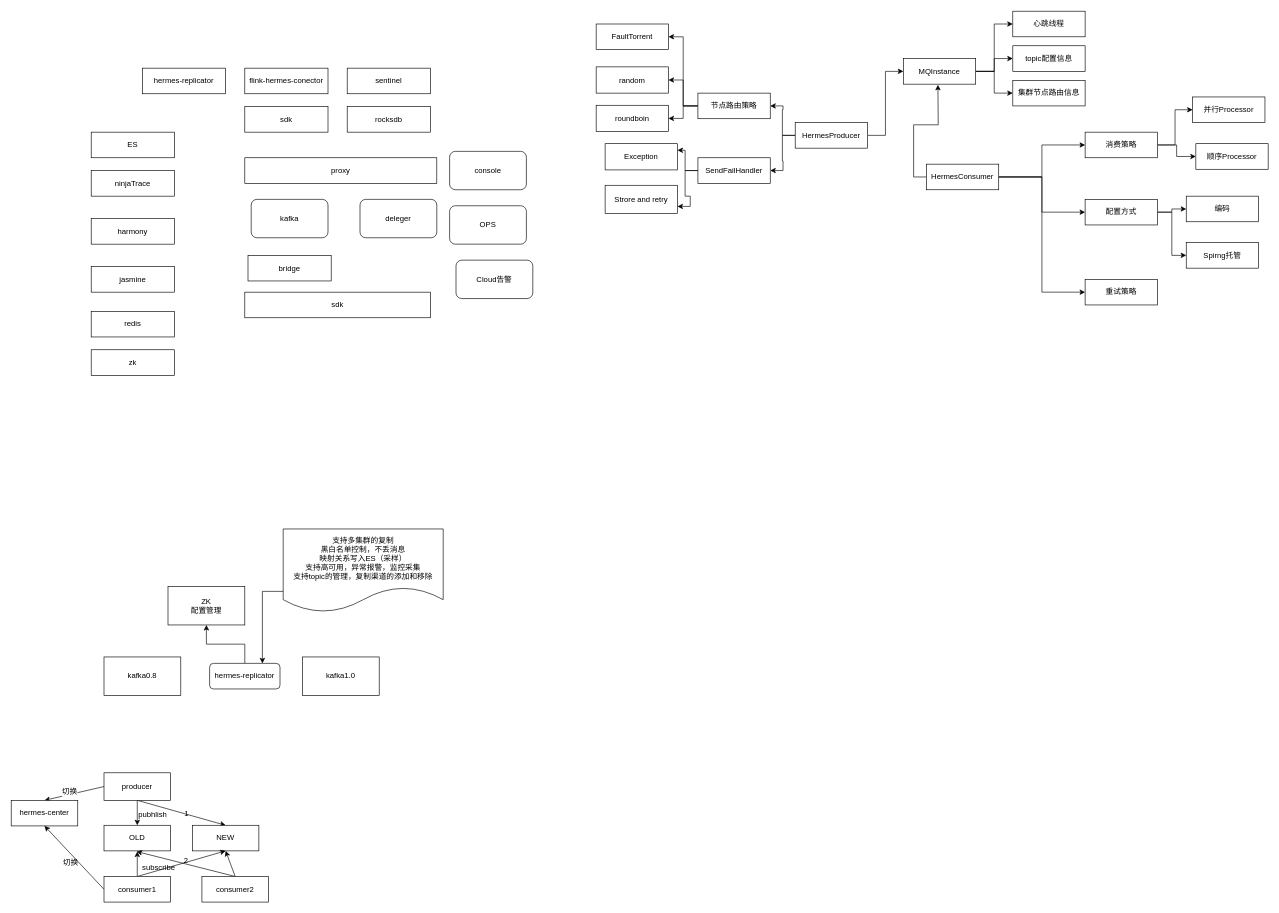
The draw.io diagram hermes.drawio in MihirrajDixit/drawio, before the edit. Source tidied: cells renumbered, new cells numbered last; positions are measured from the earlier drawing's top-left corner, leaving out a move shared by most shapes. Both pictures are drawn from the tidied source at 64%, with x=0, y=0 at pixel (11, 11).
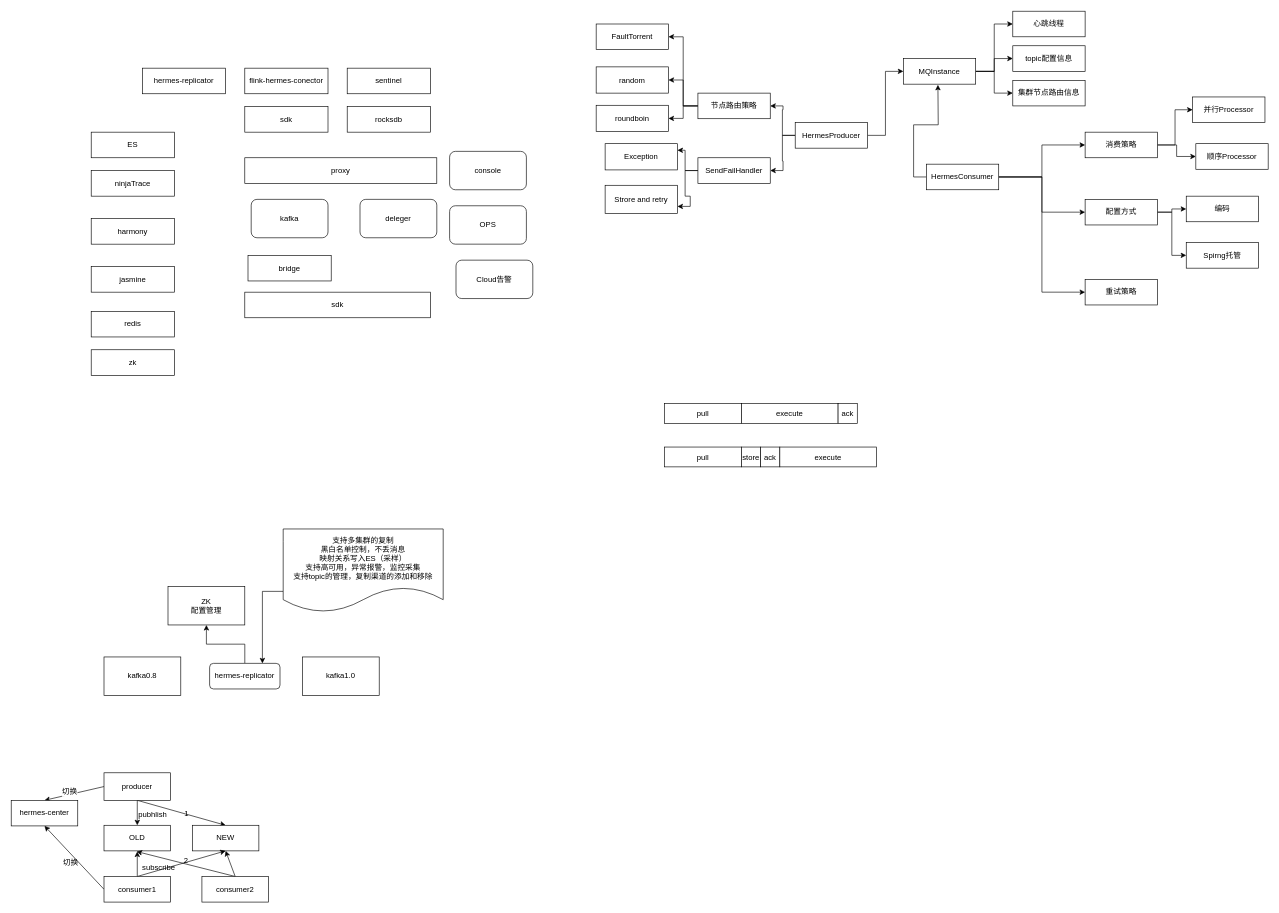
After the change.

Change to the diagram source:
```diff
@@
+    <mxCell id="87" value="pull" style="rounded=0;whiteSpace=wrap;html=1;" parent="1" vertex="1">
+      <mxGeometry x="1021" y="613" width="120" height="31" as="geometry" />
+    </mxCell>
+    <mxCell id="88" value="execute" style="rounded=0;whiteSpace=wrap;html=1;" parent="1" vertex="1">
+      <mxGeometry x="1141" y="613" width="151" height="31" as="geometry" />
+    </mxCell>
+    <mxCell id="89" value="ack" style="rounded=0;whiteSpace=wrap;html=1;" parent="1" vertex="1">
+      <mxGeometry x="1292" y="613" width="30" height="31" as="geometry" />
+    </mxCell>
+    <mxCell id="90" value="pull" style="rounded=0;whiteSpace=wrap;html=1;" parent="1" vertex="1">
+      <mxGeometry x="1021" y="681" width="120" height="31" as="geometry" />
+    </mxCell>
+    <mxCell id="91" value="store" style="rounded=0;whiteSpace=wrap;html=1;" parent="1" vertex="1">
+      <mxGeometry x="1141" y="681" width="30" height="31" as="geometry" />
+    </mxCell>
+    <mxCell id="92" value="ack" style="rounded=0;whiteSpace=wrap;html=1;" parent="1" vertex="1">
+      <mxGeometry x="1171" y="681" width="30" height="31" as="geometry" />
+    </mxCell>
+    <mxCell id="93" value="execute" style="rounded=0;whiteSpace=wrap;html=1;" parent="1" vertex="1">
+      <mxGeometry x="1201" y="681" width="151" height="31" as="geometry" />
+    </mxCell>
```
